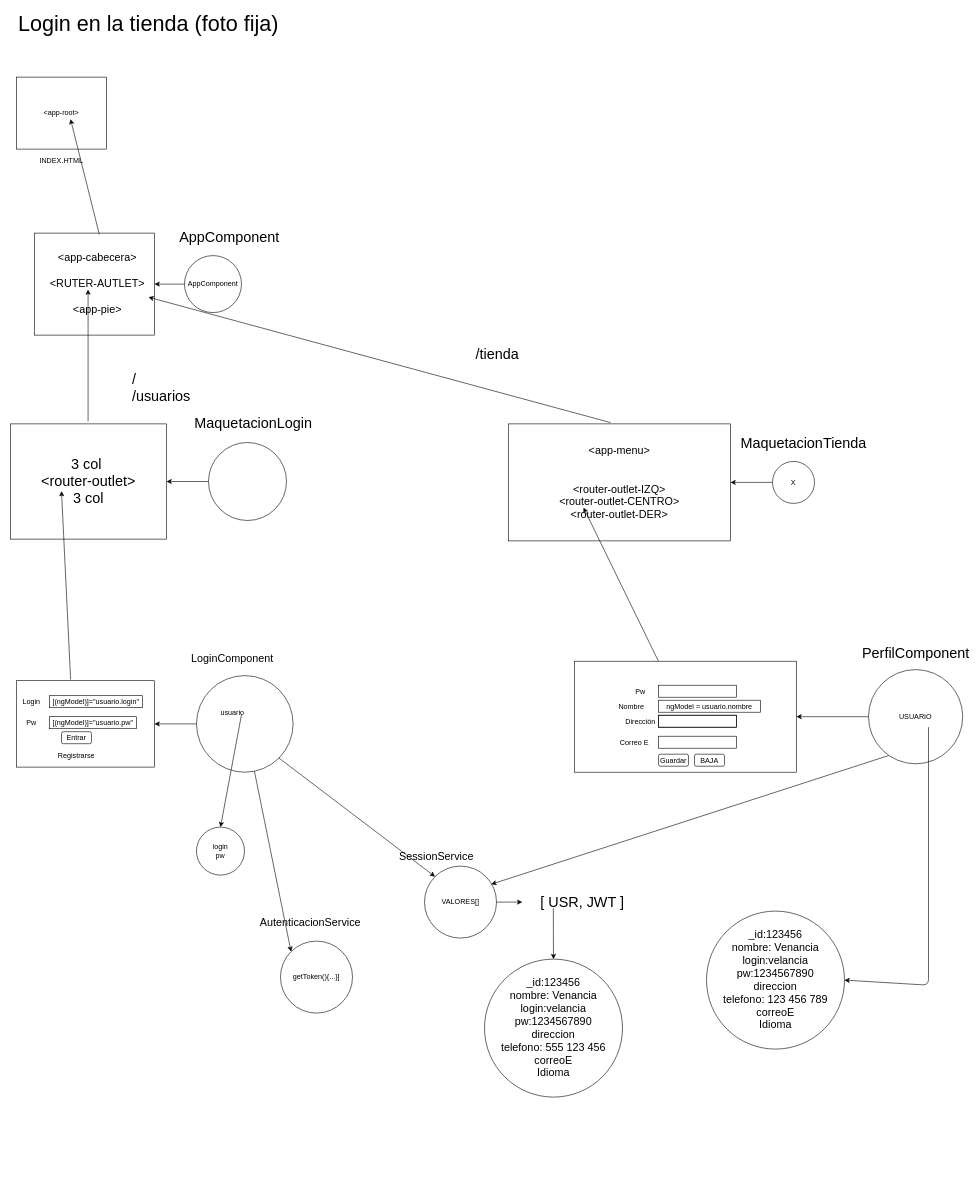
almoril00/MEAN keeps this draw.io diagram as page "LOGIN" (46 of 50) of diagramas.drawio. Above is the earlier version. Source tidied: cells renumbered, new cells numbered last; positions are measured from the earlier drawing's top-left corner, leaving out a move shared by most shapes. Both pictures are drawn from the tidied source at 60%, with x=0, y=0 at pixel (10, 17).
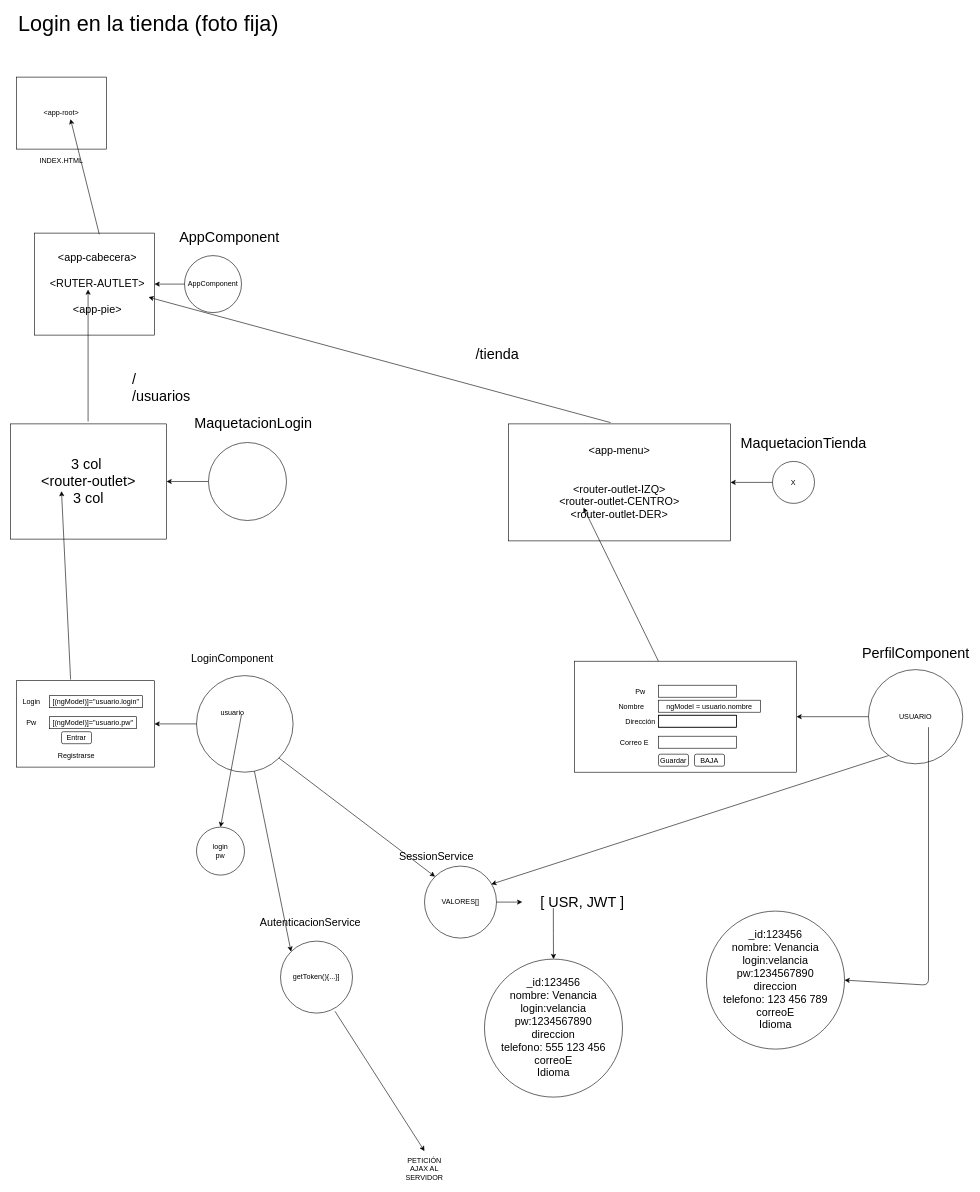
Above is the later version.

The change refers to these unchanged cells:
```xml
<mxCell id="60" value="getToken(){...}]" style="ellipse;whiteSpace=wrap;html=1;fillColor=none;" parent="1" vertex="1">
  <mxGeometry x="450" y="1540" width="120" height="120" as="geometry" />
</mxCell>
```

Diff of the diagram source:
```diff
@@
+    <mxCell id="67" style="endArrow=classic;html=1;exitX=0.757;exitY=0.975;exitDx=0;exitDy=0;exitPerimeter=0;" parent="1" edge="1" source="60">
+      <mxGeometry relative="1" as="geometry">
+        <mxPoint x="690" y="1890" as="targetPoint" />
+      </mxGeometry>
+    </mxCell>
+    <mxCell id="68" value="PETICIÓN AJAX AL SERVIDOR&lt;br&gt;" style="text;html=1;strokeColor=none;fillColor=none;align=center;verticalAlign=middle;whiteSpace=wrap;rounded=0;" parent="1" vertex="1">
+      <mxGeometry x="670" y="1910" width="40" height="20" as="geometry" />
+    </mxCell>
```
